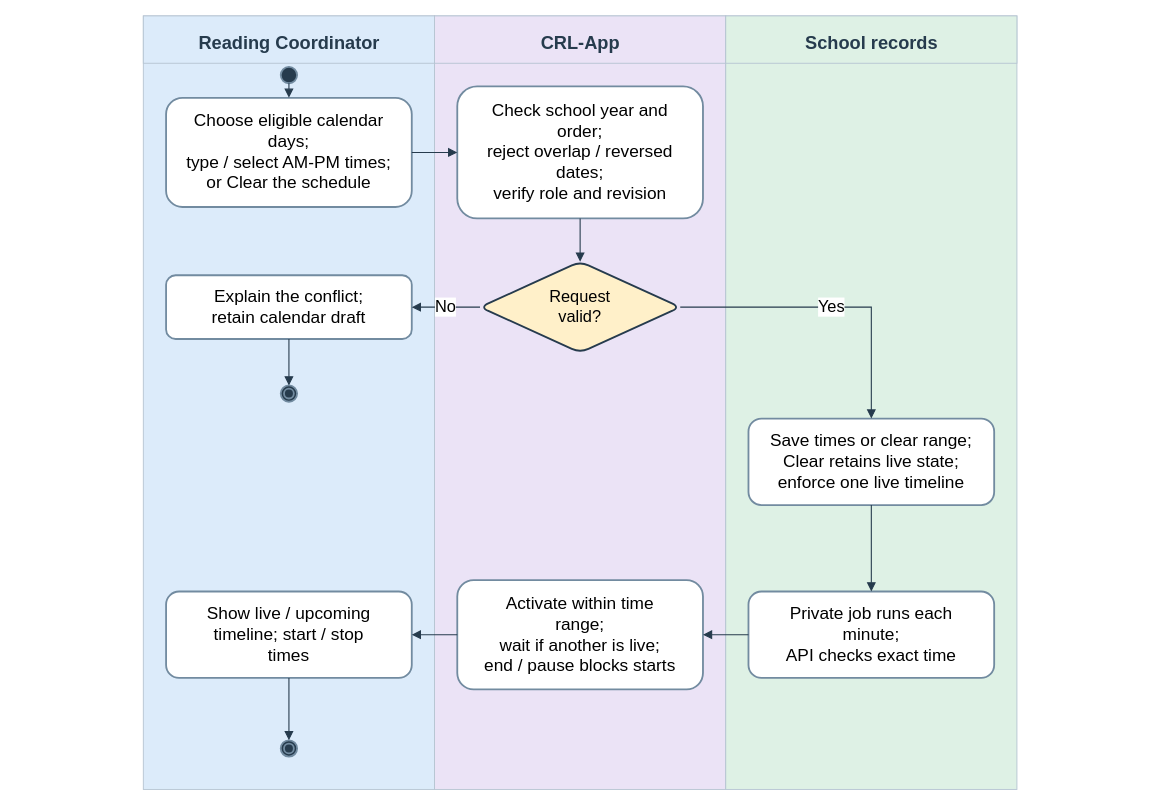
The draw.io diagram docs/diagrams/class-workspaces/figure-15e-timeline-scheduling.drawio in AkuSayangKamuJudaSayang/crl-app, before the edit. Source tidied: cells renumbered, new cells numbered last; positions are measured from the earlier drawing's top-left corner, leaving out a move shared by most shapes. Both pictures are drawn from the tidied source at 91%, with x=0, y=0 at pixel (15, 15).
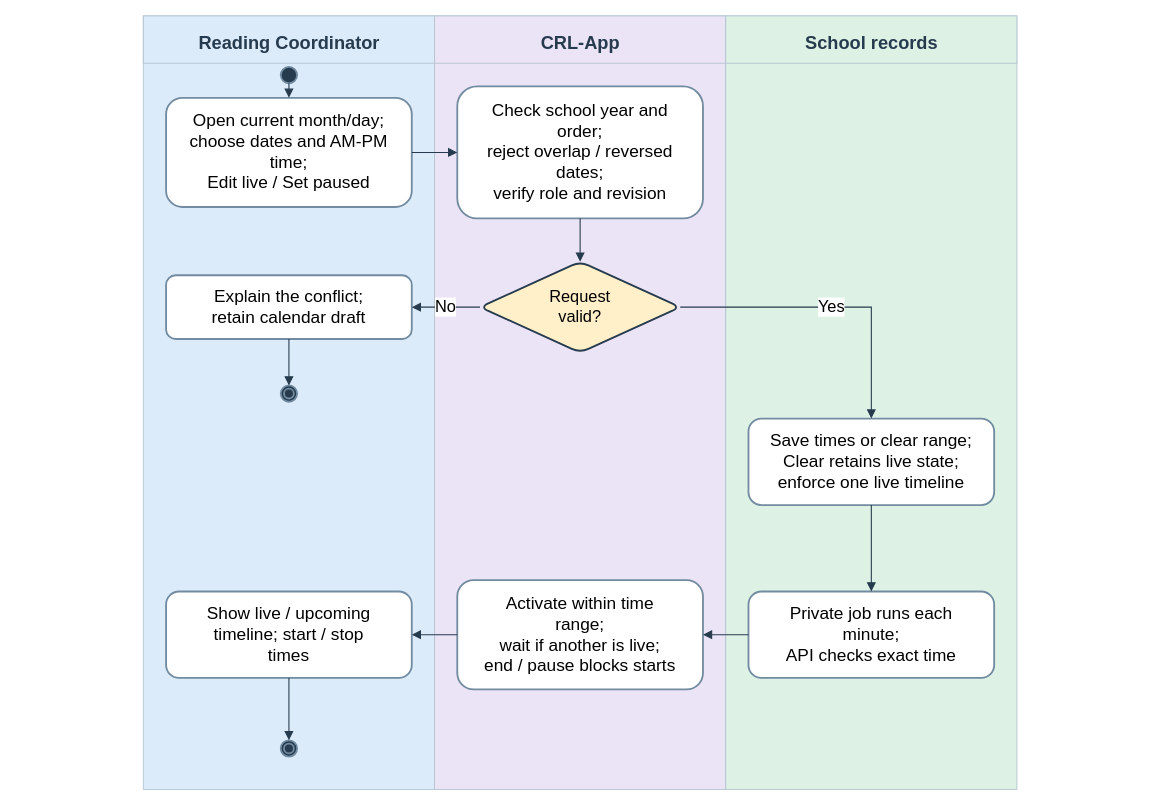
After the change.

Change to the diagram source:
```diff
@@
-    <mxCell id="12" value="Choose eligible calendar&lt;br&gt;days;&lt;br&gt;type / select AM-PM times;&lt;br&gt;or Clear the schedule" style="rounded=1;whiteSpace=wrap;html=1;fontFamily=Arial;fillColor=#ffffff;strokeColor=#728ba0;strokeWidth=2;fontSize=19;" parent="1" vertex="1">
+    <mxCell id="12" value="Open current month/day;&lt;br&gt;choose dates and AM-PM&lt;br&gt;time;&lt;br&gt;Edit live / Set paused" style="rounded=1;whiteSpace=wrap;html=1;fontFamily=Arial;fillColor=#ffffff;strokeColor=#728ba0;strokeWidth=2;fontSize=19;" parent="1" vertex="1">
       <mxGeometry x="165" y="90" width="270" height="120" as="geometry" />
     </mxCell>
```
